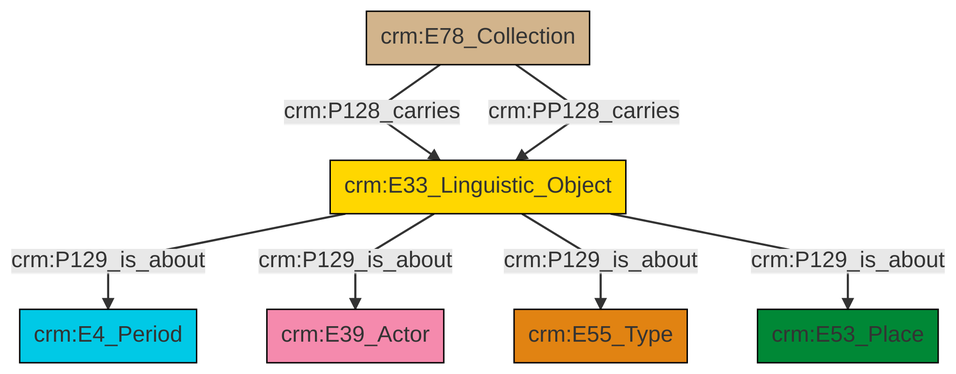
Before: et/archivalCSV/ttl/mmd/png/archival_aboutness.png, a diagram exported from Mermaid (swiss-art-research-net/docs.swissartresearch). Its source is kept beside it as et/archivalCSV/ttl/mmd/archival_aboutness.ttl.mmd.
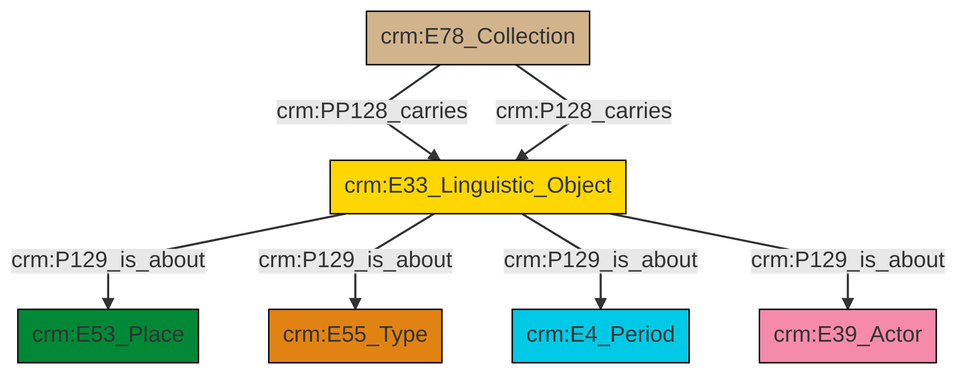
After the change.

Diff of the diagram source:
```diff
@@ -13,9 +13,9 @@
 classDef PC_Classes fill:#4ce600, stroke:#000000;
 classDef Multi fill:#cccccc,stroke:#000000;
 
-0["crm:E78_Collection"]:::Physical_Thing -->|crm:P128_carries| 1["crm:E33_Linguistic_Object"]:::Conceptual_Object
-1["crm:E33_Linguistic_Object"]:::Conceptual_Object -->|crm:P129_is_about| 4["crm:E4_Period"]:::Temporal_Entity
-0["crm:E78_Collection"]:::Physical_Thing -->|crm:PP128_carries| 1["crm:E33_Linguistic_Object"]:::Conceptual_Object
-1["crm:E33_Linguistic_Object"]:::Conceptual_Object -->|crm:P129_is_about| 2["crm:E39_Actor"]:::Actor
-1["crm:E33_Linguistic_Object"]:::Conceptual_Object -->|crm:P129_is_about| 10["crm:E55_Type"]:::Type
-1["crm:E33_Linguistic_Object"]:::Conceptual_Object -->|crm:P129_is_about| 7["crm:E53_Place"]:::Place
+2["crm:E33_Linguistic_Object"]:::Conceptual_Object -->|crm:P129_is_about| 0["crm:E53_Place"]:::Place
+2["crm:E33_Linguistic_Object"]:::Conceptual_Object -->|crm:P129_is_about| 3["crm:E55_Type"]:::Type
+2["crm:E33_Linguistic_Object"]:::Conceptual_Object -->|crm:P129_is_about| 6["crm:E4_Period"]:::Temporal_Entity
+7["crm:E78_Collection"]:::Physical_Thing -->|crm:PP128_carries| 2["crm:E33_Linguistic_Object"]:::Conceptual_Object
+2["crm:E33_Linguistic_Object"]:::Conceptual_Object -->|crm:P129_is_about| 4["crm:E39_Actor"]:::Actor
+7["crm:E78_Collection"]:::Physical_Thing -->|crm:P128_carries| 2["crm:E33_Linguistic_Object"]:::Conceptual_Object
```
